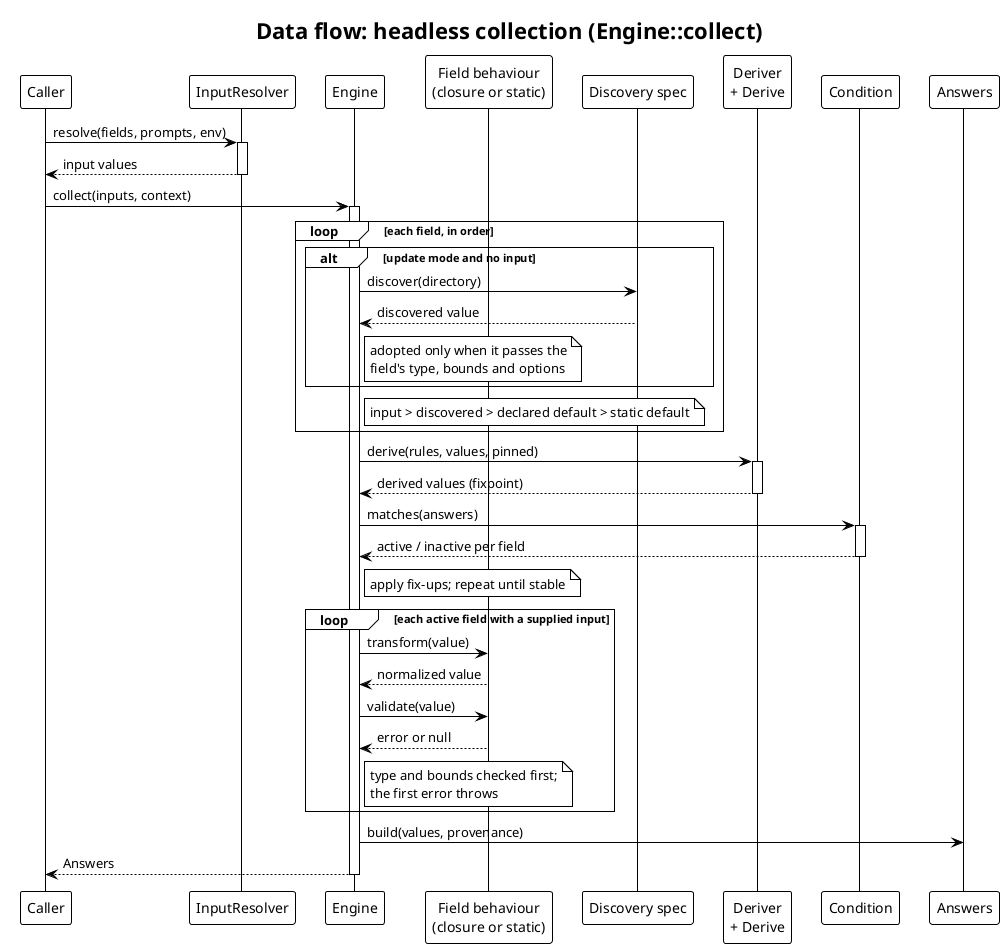
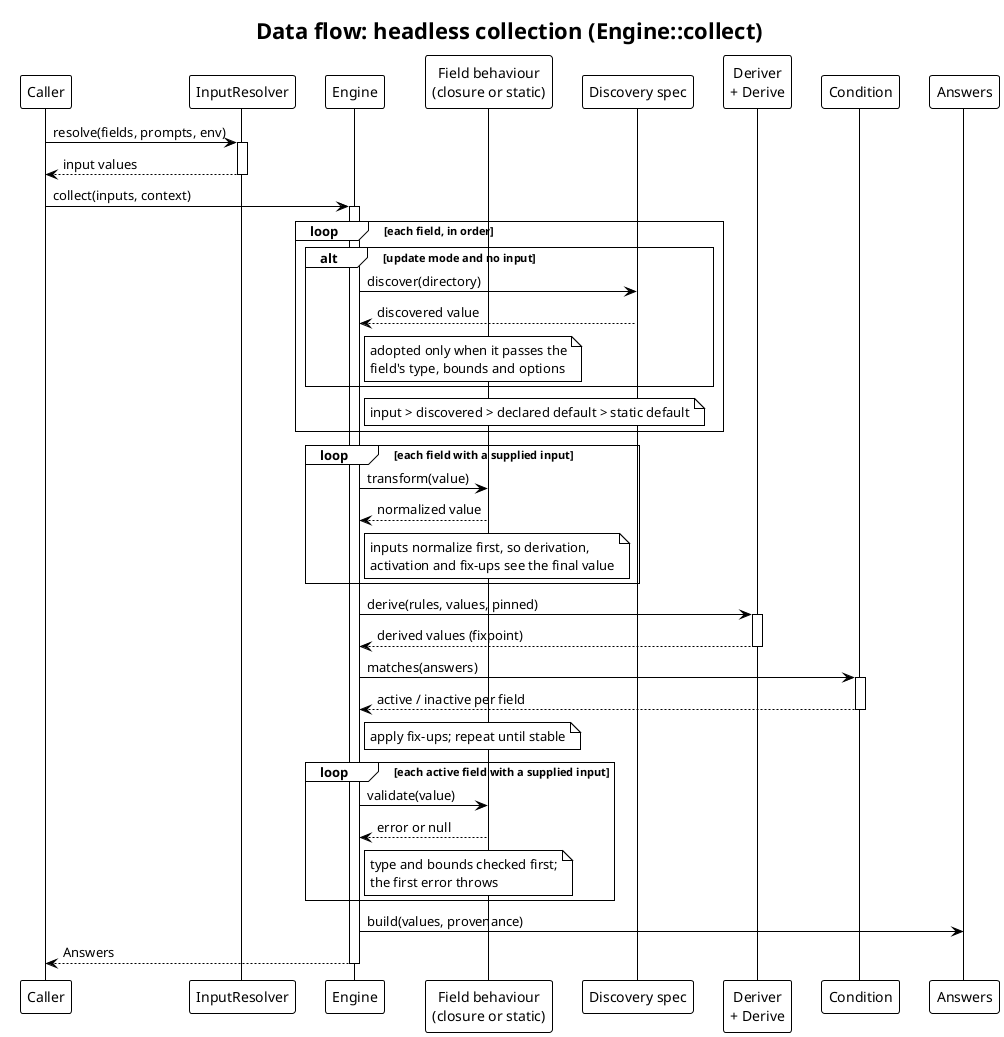
@startuml
' drevops/tui - data flow for headless collection.
- ' Traced from src/Engine/Engine.php (collect -> resolveAll -> stabilize -> guardInputs).
+ ' Traced from src/Engine/Engine.php (collect -> resolveAll -> transformInputs -> stabilize -> guardInputs).
' Regenerate every SVG with:  plantuml -tsvg docs/architecture/*.puml
!theme plain
skinparam backgroundColor white
skinparam defaultFontName Helvetica
skinparam shadowing false
title Data flow: headless collection (Engine::collect)

participant "Caller" as Caller
participant "InputResolver" as IR
participant "Engine" as Eng
participant "Field behaviour\n(closure or static)" as B
participant "Discovery spec" as Disc
participant "Deriver\n+ Derive" as Der
participant "Condition" as CE
participant "Answers" as Ans

Caller -> IR: resolve(fields, prompts, env)
activate IR
IR --> Caller: input values
deactivate IR

Caller -> Eng: collect(inputs, context)
activate Eng

loop each field, in order
  alt update mode and no input
    Eng -> Disc: discover(directory)
    Disc --> Eng: discovered value
    note right of Eng: adopted only when it passes the\nfield's type, bounds and options
  end
  note right of Eng: input > discovered > declared default > static default
end

+ loop each field with a supplied input
+   Eng -> B: transform(value)
+   B --> Eng: normalized value
+   note right of Eng: inputs normalize first, so derivation,\nactivation and fix-ups see the final value
+ end
+ 
Eng -> Der: derive(rules, values, pinned)
activate Der
Der --> Eng: derived values (fixpoint)
deactivate Der
Eng -> CE: matches(answers)
activate CE
CE --> Eng: active / inactive per field
deactivate CE
note right of Eng: apply fix-ups; repeat until stable

loop each active field with a supplied input
-   Eng -> B: transform(value)
-   B --> Eng: normalized value
  Eng -> B: validate(value)
  B --> Eng: error or null
  note right of Eng: type and bounds checked first;\nthe first error throws
end

Eng -> Ans: build(values, provenance)
Eng --> Caller: Answers
deactivate Eng
@enduml
